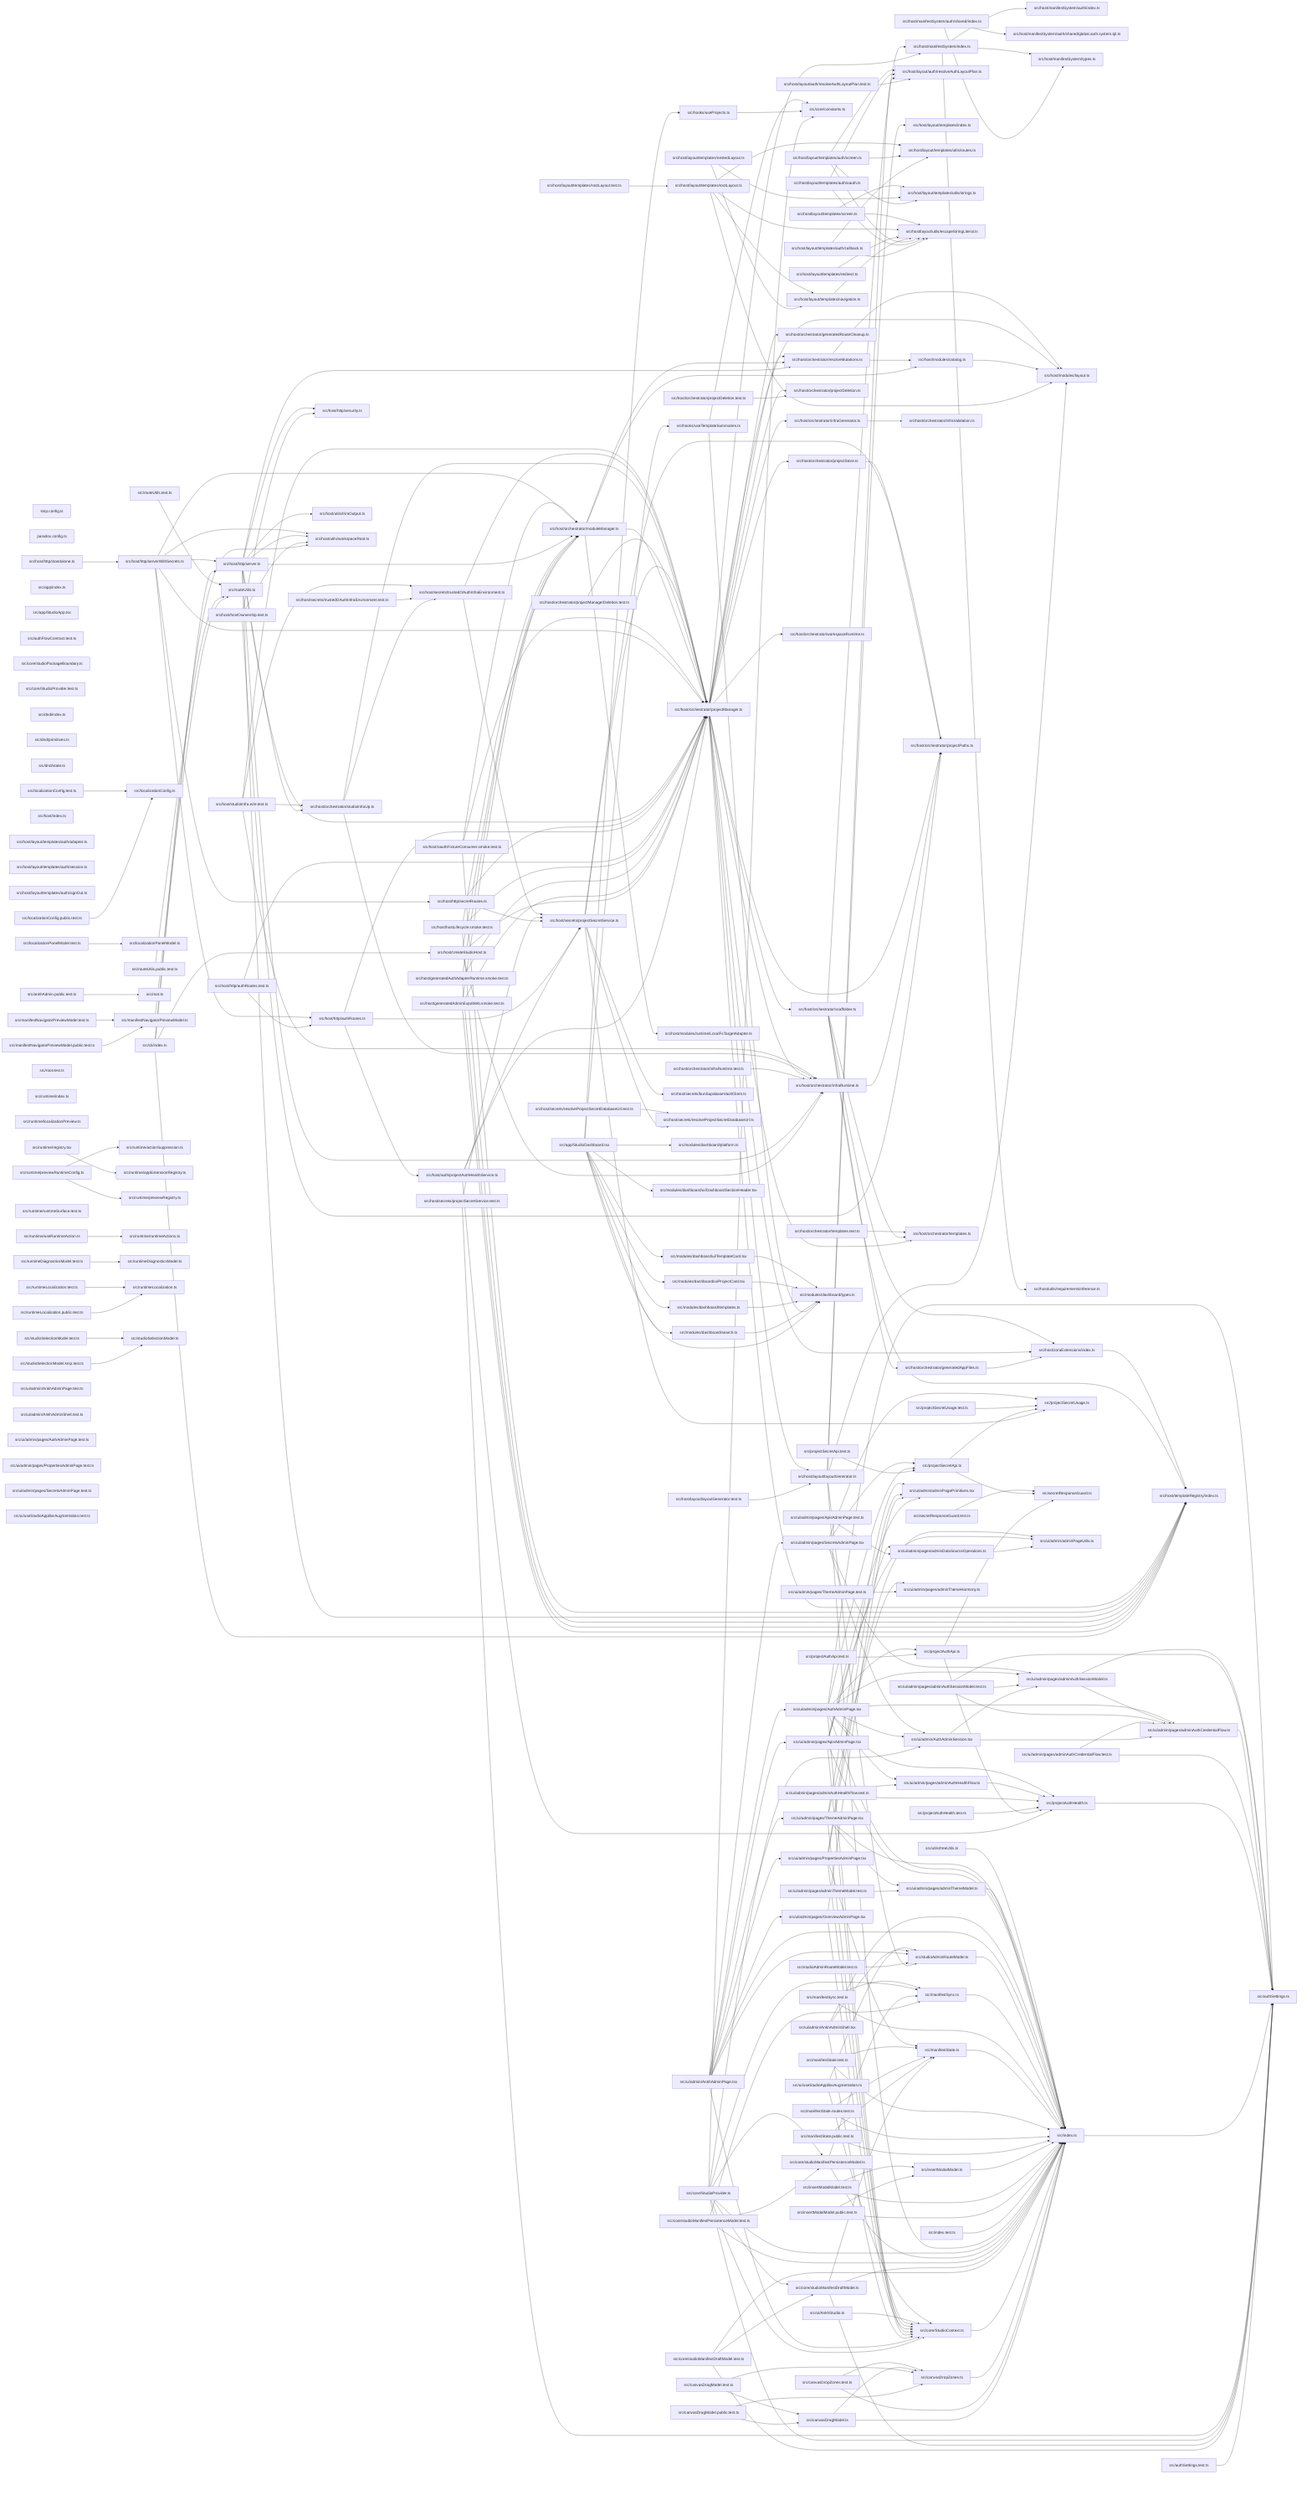
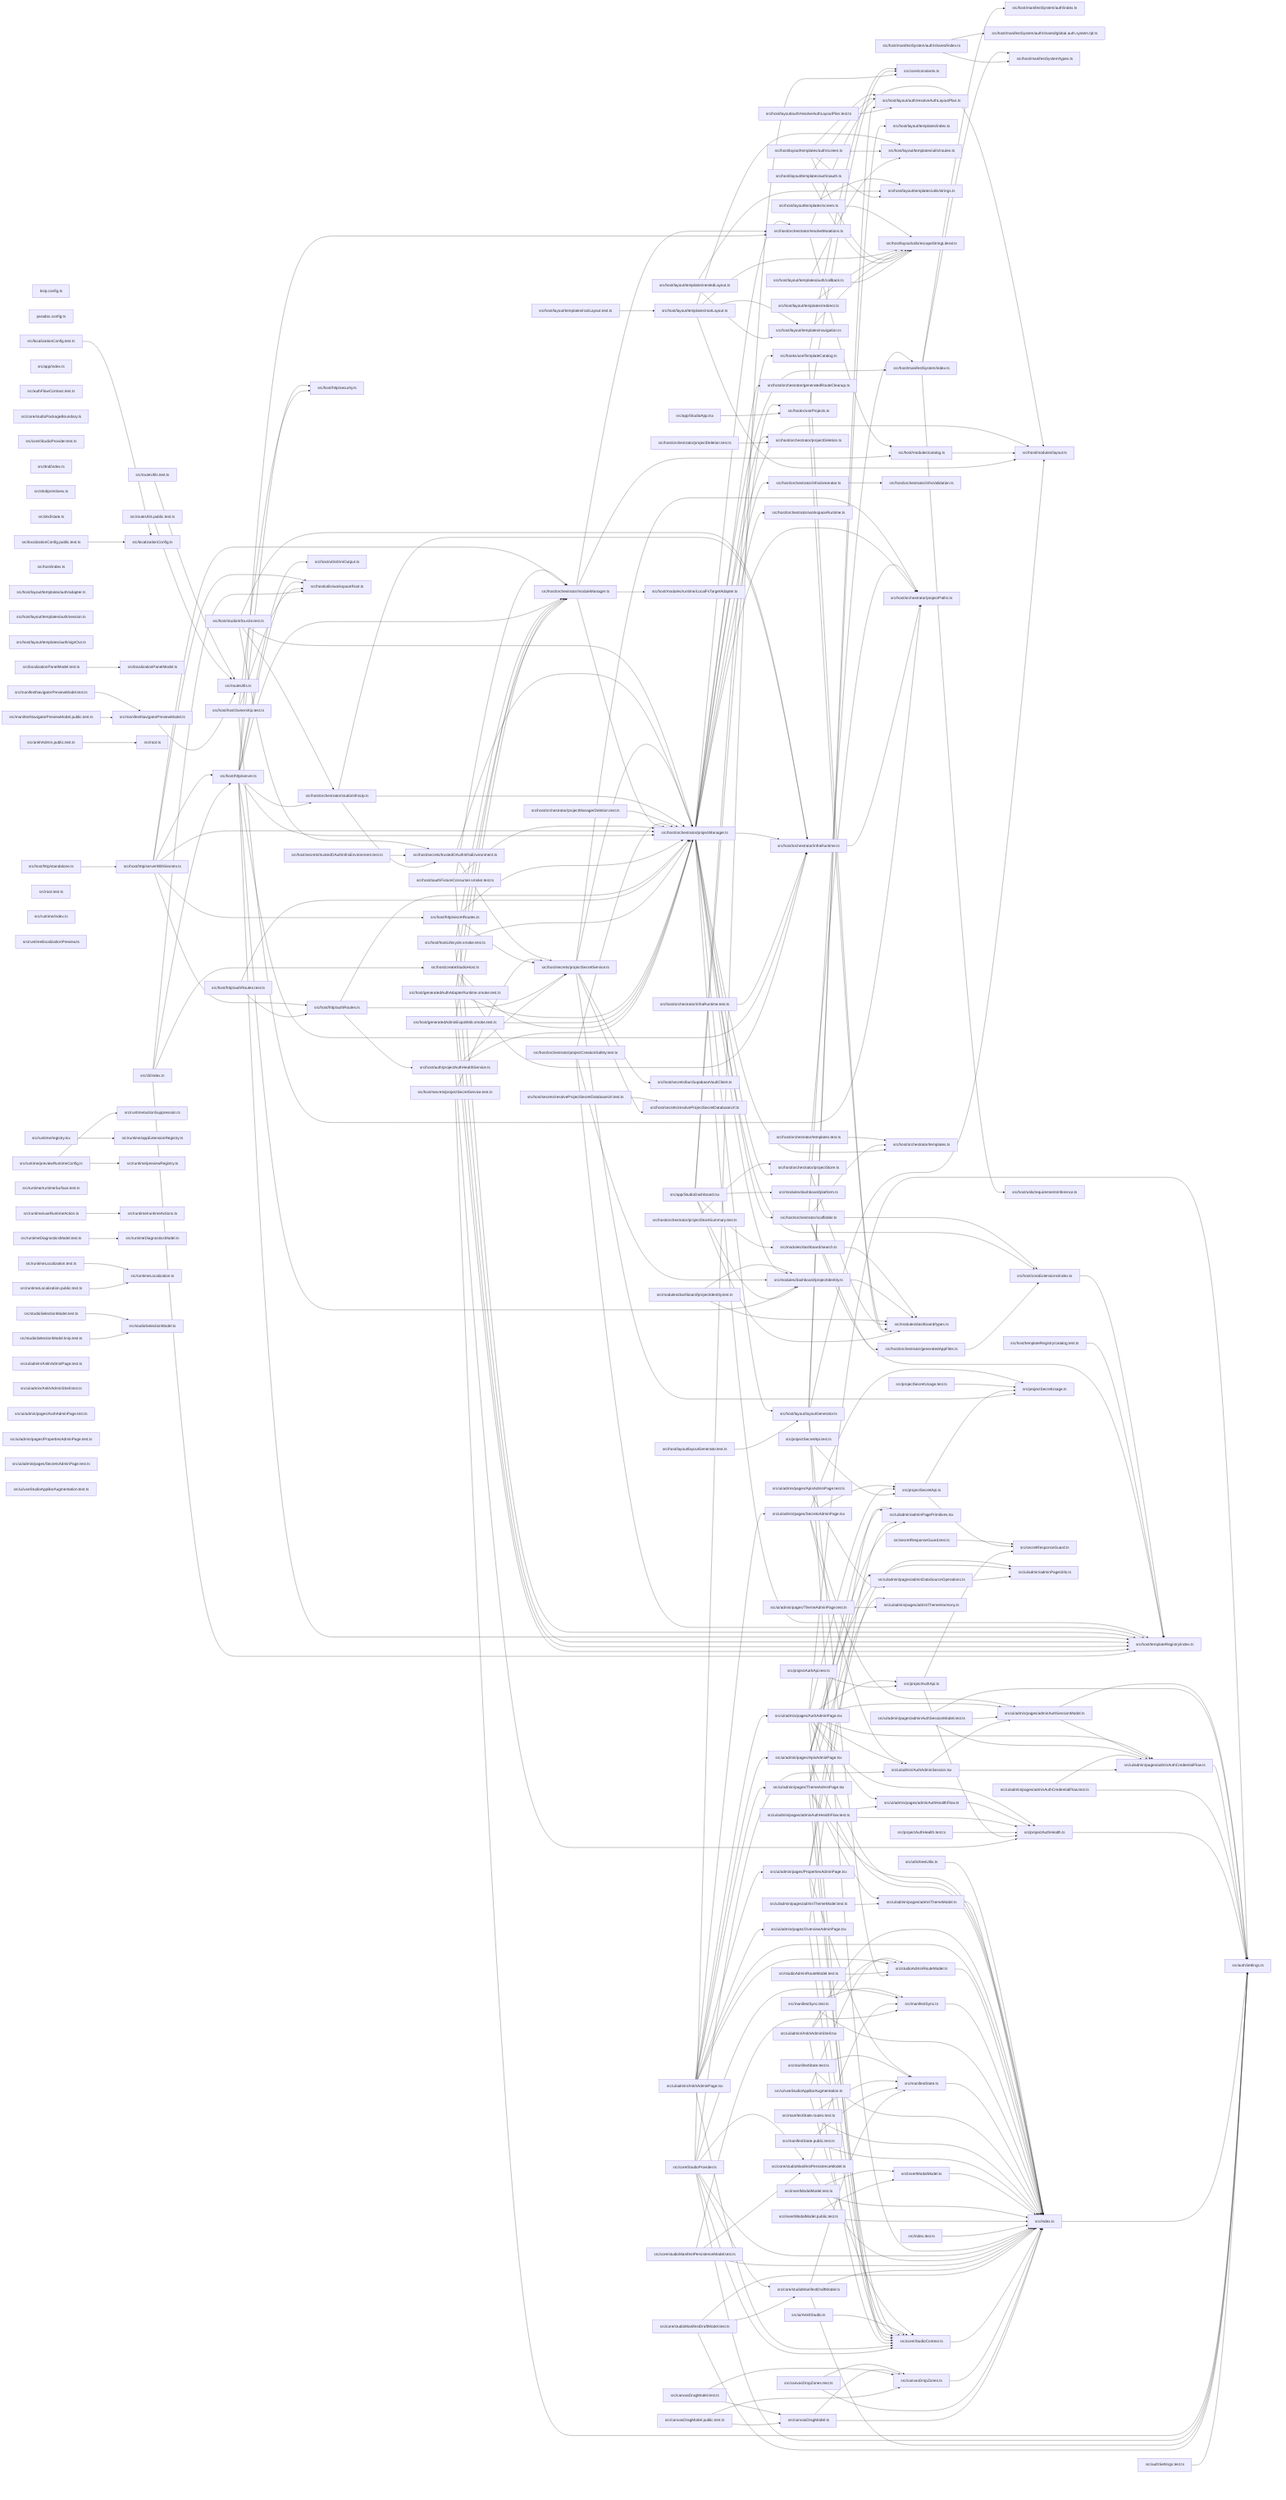
graph LR
  module_knip_config_ts["knip.config.ts"]
  module_paradox_config_ts["paradox.config.ts"]
  module_src_ankhAdmin_public_test_ts["src/ankhAdmin.public.test.ts"]
  module_src_app_index_ts["src/app/index.ts"]
  module_src_app_StudioApp_tsx["src/app/StudioApp.tsx"]
  module_src_app_StudioDashboard_tsx["src/app/StudioDashboard.tsx"]
  module_src_authFlowContract_test_ts["src/authFlowContract.test.ts"]
  module_src_authSettings_test_ts["src/authSettings.test.ts"]
  module_src_authSettings_ts["src/authSettings.ts"]
  module_src_canvasDragModel_public_test_ts["src/canvasDragModel.public.test.ts"]
  module_src_canvasDragModel_test_ts["src/canvasDragModel.test.ts"]
  module_src_canvasDragModel_ts["src/canvasDragModel.ts"]
  module_src_canvasDropZones_test_ts["src/canvasDropZones.test.ts"]
  module_src_canvasDropZones_ts["src/canvasDropZones.ts"]
  module_src_cli_index_ts["src/cli/index.ts"]
  module_src_core_constants_ts["src/core/constants.ts"]
  module_src_core_StudioContext_ts["src/core/StudioContext.ts"]
  module_src_core_studioManifestDraftModel_test_ts["src/core/studioManifestDraftModel.test.ts"]
  module_src_core_studioManifestDraftModel_ts["src/core/studioManifestDraftModel.ts"]
  module_src_core_studioManifestPersistenceModel_test_ts["src/core/studioManifestPersistenceModel.test.ts"]
  module_src_core_studioManifestPersistenceModel_ts["src/core/studioManifestPersistenceModel.ts"]
  module_src_core_studioPackageBoundary_ts["src/core/studioPackageBoundary.ts"]
  module_src_core_StudioProvider_test_ts["src/core/StudioProvider.test.ts"]
  module_src_core_StudioProvider_ts["src/core/StudioProvider.ts"]
  module_src_dnd_index_ts["src/dnd/index.ts"]
  module_src_dnd_primitives_ts["src/dnd/primitives.ts"]
  module_src_dnd_state_ts["src/dnd/state.ts"]
  module_src_hooks_useProjects_ts["src/hooks/useProjects.ts"]
-   module_src_hooks_useTemplateSummaries_ts["src/hooks/useTemplateSummaries.ts"]
+   module_src_hooks_useTemplateCatalog_ts["src/hooks/useTemplateCatalog.ts"]
  module_src_host_auth_projectAuthHealthService_ts["src/host/auth/projectAuthHealthService.ts"]
  module_src_host_createStudioHost_ts["src/host/createStudioHost.ts"]
  module_src_host_generatedAdminExpoWeb_smoke_test_ts["src/host/generatedAdminExpoWeb.smoke.test.ts"]
  module_src_host_generatedAuthAdapterRuntime_smoke_test_ts["src/host/generatedAuthAdapterRuntime.smoke.test.ts"]
  module_src_host_hostLifecycle_smoke_test_ts["src/host/hostLifecycle.smoke.test.ts"]
  module_src_host_hostOwnership_test_ts["src/host/hostOwnership.test.ts"]
  module_src_host_http_authRoutes_test_ts["src/host/http/authRoutes.test.ts"]
  module_src_host_http_authRoutes_ts["src/host/http/authRoutes.ts"]
  module_src_host_http_secretRoutes_ts["src/host/http/secretRoutes.ts"]
  module_src_host_http_security_ts["src/host/http/security.ts"]
  module_src_host_http_server_ts["src/host/http/server.ts"]
  module_src_host_http_serverWithSecrets_ts["src/host/http/serverWithSecrets.ts"]
  module_src_host_http_standalone_ts["src/host/http/standalone.ts"]
  module_src_host_index_ts["src/host/index.ts"]
  module_src_host_layout_auth_resolveAuthLayoutPlan_test_ts["src/host/layout/auth/resolveAuthLayoutPlan.test.ts"]
  module_src_host_layout_auth_resolveAuthLayoutPlan_ts["src/host/layout/auth/resolveAuthLayoutPlan.ts"]
  module_src_host_layout_layoutGenerator_test_ts["src/host/layout/layoutGenerator.test.ts"]
  module_src_host_layout_layoutGenerator_ts["src/host/layout/layoutGenerator.ts"]
  module_src_host_layout_templates_auth_adapter_ts["src/host/layout/templates/auth/adapter.ts"]
  module_src_host_layout_templates_auth_callback_ts["src/host/layout/templates/auth/callback.ts"]
  module_src_host_layout_templates_auth_oauth_ts["src/host/layout/templates/auth/oauth.ts"]
  module_src_host_layout_templates_auth_screen_ts["src/host/layout/templates/auth/screen.ts"]
  module_src_host_layout_templates_auth_session_ts["src/host/layout/templates/auth/session.ts"]
  module_src_host_layout_templates_auth_signOut_ts["src/host/layout/templates/auth/signOut.ts"]
  module_src_host_layout_templates_index_ts["src/host/layout/templates/index.ts"]
  module_src_host_layout_templates_navigation_ts["src/host/layout/templates/navigation.ts"]
  module_src_host_layout_templates_nestedLayout_ts["src/host/layout/templates/nestedLayout.ts"]
  module_src_host_layout_templates_redirect_ts["src/host/layout/templates/redirect.ts"]
  module_src_host_layout_templates_rootLayout_test_ts["src/host/layout/templates/rootLayout.test.ts"]
  module_src_host_layout_templates_rootLayout_ts["src/host/layout/templates/rootLayout.ts"]
  module_src_host_layout_templates_screen_ts["src/host/layout/templates/screen.ts"]
  module_src_host_layout_templates_utils_routes_ts["src/host/layout/templates/utils/routes.ts"]
  module_src_host_layout_templates_utils_strings_ts["src/host/layout/templates/utils/strings.ts"]
  module_src_host_layout_utils_escapeStringLiteral_ts["src/host/layout/utils/escapeStringLiteral.ts"]
  module_src_host_manifestSystem_auth_index_ts["src/host/manifestSystem/auth/index.ts"]
  module_src_host_manifestSystem_auth_shared_global_auth_system_tpl_ts["src/host/manifestSystem/auth/shared/global.auth.system.tpl.ts"]
  module_src_host_manifestSystem_auth_shared_index_ts["src/host/manifestSystem/auth/shared/index.ts"]
  module_src_host_manifestSystem_index_ts["src/host/manifestSystem/index.ts"]
  module_src_host_manifestSystem_types_ts["src/host/manifestSystem/types.ts"]
  module_src_host_modules_catalog_ts["src/host/modules/catalog.ts"]
  module_src_host_modules_layout_ts["src/host/modules/layout.ts"]
  module_src_host_modules_runtime_LocalFsTargetAdapter_ts["src/host/modules/runtime/LocalFsTargetAdapter.ts"]
  module_src_host_oauthFixtureConsumer_smoke_test_ts["src/host/oauthFixtureConsumer.smoke.test.ts"]
  module_src_host_orchestrator_generatedAppFiles_ts["src/host/orchestrator/generatedAppFiles.ts"]
  module_src_host_orchestrator_generatedRouteCleanup_ts["src/host/orchestrator/generatedRouteCleanup.ts"]
  module_src_host_orchestrator_infraGenerator_ts["src/host/orchestrator/infraGenerator.ts"]
  module_src_host_orchestrator_infraRuntime_test_ts["src/host/orchestrator/infraRuntime.test.ts"]
  module_src_host_orchestrator_infraRuntime_ts["src/host/orchestrator/infraRuntime.ts"]
  module_src_host_orchestrator_infraValidation_ts["src/host/orchestrator/infraValidation.ts"]
  module_src_host_orchestrator_moduleManager_ts["src/host/orchestrator/moduleManager.ts"]
+   module_src_host_orchestrator_projectCreationSafety_test_ts["src/host/orchestrator/projectCreationSafety.test.ts"]
  module_src_host_orchestrator_projectDeletion_test_ts["src/host/orchestrator/projectDeletion.test.ts"]
  module_src_host_orchestrator_projectDeletion_ts["src/host/orchestrator/projectDeletion.ts"]
  module_src_host_orchestrator_projectManager_ts["src/host/orchestrator/projectManager.ts"]
  module_src_host_orchestrator_projectManagerDeletion_test_ts["src/host/orchestrator/projectManagerDeletion.test.ts"]
  module_src_host_orchestrator_projectPaths_ts["src/host/orchestrator/projectPaths.ts"]
  module_src_host_orchestrator_projectStore_ts["src/host/orchestrator/projectStore.ts"]
+   module_src_host_orchestrator_projectStoreSummary_test_ts["src/host/orchestrator/projectStoreSummary.test.ts"]
  module_src_host_orchestrator_resolveMutations_ts["src/host/orchestrator/resolveMutations.ts"]
  module_src_host_orchestrator_scaffolder_ts["src/host/orchestrator/scaffolder.ts"]
  module_src_host_orchestrator_studioInfraUp_ts["src/host/orchestrator/studioInfraUp.ts"]
  module_src_host_orchestrator_templates_test_ts["src/host/orchestrator/templates.test.ts"]
  module_src_host_orchestrator_templates_ts["src/host/orchestrator/templates.ts"]
  module_src_host_orchestrator_workspaceRuntime_ts["src/host/orchestrator/workspaceRuntime.ts"]
  module_src_host_secrets_bunSupabaseVaultClient_ts["src/host/secrets/bunSupabaseVaultClient.ts"]
  module_src_host_secrets_projectSecretService_test_ts["src/host/secrets/projectSecretService.test.ts"]
  module_src_host_secrets_projectSecretService_ts["src/host/secrets/projectSecretService.ts"]
  module_src_host_secrets_resolveProjectSecretDatabaseUrl_test_ts["src/host/secrets/resolveProjectSecretDatabaseUrl.test.ts"]
  module_src_host_secrets_resolveProjectSecretDatabaseUrl_ts["src/host/secrets/resolveProjectSecretDatabaseUrl.ts"]
  module_src_host_secrets_trustedOAuthInfraEnvironment_test_ts["src/host/secrets/trustedOAuthInfraEnvironment.test.ts"]
  module_src_host_secrets_trustedOAuthInfraEnvironment_ts["src/host/secrets/trustedOAuthInfraEnvironment.ts"]
  module_src_host_studioInfra_e2e_test_ts["src/host/studioInfra.e2e.test.ts"]
+   module_src_host_templateRegistry_catalog_test_ts["src/host/templateRegistry/catalog.test.ts"]
  module_src_host_templateRegistry_index_ts["src/host/templateRegistry/index.ts"]
  module_src_host_utils_requirementsInference_ts["src/host/utils/requirementsInference.ts"]
  module_src_host_utils_trimOutput_ts["src/host/utils/trimOutput.ts"]
  module_src_host_utils_workspaceRoot_ts["src/host/utils/workspaceRoot.ts"]
  module_src_host_zoraExtensions_index_ts["src/host/zoraExtensions/index.ts"]
  module_src_index_test_ts["src/index.test.ts"]
  module_src_index_ts["src/index.ts"]
  module_src_insertModalModel_public_test_ts["src/insertModalModel.public.test.ts"]
  module_src_insertModalModel_test_ts["src/insertModalModel.test.ts"]
  module_src_insertModalModel_ts["src/insertModalModel.ts"]
  module_src_localizationConfig_public_test_ts["src/localizationConfig.public.test.ts"]
  module_src_localizationConfig_test_ts["src/localizationConfig.test.ts"]
  module_src_localizationConfig_ts["src/localizationConfig.ts"]
  module_src_localizationPanelModel_test_ts["src/localizationPanelModel.test.ts"]
  module_src_localizationPanelModel_ts["src/localizationPanelModel.ts"]
  module_src_manifestNavigatorPreviewModel_public_test_ts["src/manifestNavigatorPreviewModel.public.test.ts"]
  module_src_manifestNavigatorPreviewModel_test_ts["src/manifestNavigatorPreviewModel.test.ts"]
  module_src_manifestNavigatorPreviewModel_ts["src/manifestNavigatorPreviewModel.ts"]
  module_src_manifestState_public_test_ts["src/manifestState.public.test.ts"]
  module_src_manifestState_routes_test_ts["src/manifestState.routes.test.ts"]
  module_src_manifestState_test_ts["src/manifestState.test.ts"]
  module_src_manifestState_ts["src/manifestState.ts"]
  module_src_manifestSync_test_ts["src/manifestSync.test.ts"]
  module_src_manifestSync_ts["src/manifestSync.ts"]
  module_src_modules_dashboard_platform_ts["src/modules/dashboard/platform.ts"]
+   module_src_modules_dashboard_projectIdentity_test_ts["src/modules/dashboard/projectIdentity.test.ts"]
+   module_src_modules_dashboard_projectIdentity_ts["src/modules/dashboard/projectIdentity.ts"]
  module_src_modules_dashboard_search_ts["src/modules/dashboard/search.ts"]
-   module_src_modules_dashboard_templates_ts["src/modules/dashboard/templates.ts"]
  module_src_modules_dashboard_types_ts["src/modules/dashboard/types.ts"]
-   module_src_modules_dashboard_ui_DashboardSectionHeader_tsx["src/modules/dashboard/ui/DashboardSectionHeader.tsx"]
-   module_src_modules_dashboard_ui_ProjectCard_tsx["src/modules/dashboard/ui/ProjectCard.tsx"]
-   module_src_modules_dashboard_ui_TemplateCard_tsx["src/modules/dashboard/ui/TemplateCard.tsx"]
  module_src_projectAuthApi_test_ts["src/projectAuthApi.test.ts"]
  module_src_projectAuthApi_ts["src/projectAuthApi.ts"]
  module_src_projectAuthHealth_test_ts["src/projectAuthHealth.test.ts"]
  module_src_projectAuthHealth_ts["src/projectAuthHealth.ts"]
  module_src_projectSecretApi_test_ts["src/projectSecretApi.test.ts"]
  module_src_projectSecretApi_ts["src/projectSecretApi.ts"]
  module_src_projectSecretUsage_test_ts["src/projectSecretUsage.test.ts"]
  module_src_projectSecretUsage_ts["src/projectSecretUsage.ts"]
  module_src_root_test_ts["src/root.test.ts"]
  module_src_root_ts["src/root.ts"]
  module_src_routeUtils_public_test_ts["src/routeUtils.public.test.ts"]
  module_src_routeUtils_test_ts["src/routeUtils.test.ts"]
  module_src_routeUtils_ts["src/routeUtils.ts"]
  module_src_runtime_actionSuppression_ts["src/runtime/actionSuppression.ts"]
  module_src_runtime_appExtensionRegistry_ts["src/runtime/appExtensionRegistry.ts"]
  module_src_runtime_index_ts["src/runtime/index.ts"]
  module_src_runtime_localizationPreview_ts["src/runtime/localizationPreview.ts"]
  module_src_runtime_previewRegistry_ts["src/runtime/previewRegistry.ts"]
  module_src_runtime_previewRuntimeConfig_ts["src/runtime/previewRuntimeConfig.ts"]
  module_src_runtime_registry_tsx["src/runtime/registry.tsx"]
  module_src_runtime_runtimeActions_ts["src/runtime/runtimeActions.ts"]
  module_src_runtime_runtimeSurface_test_ts["src/runtime/runtimeSurface.test.ts"]
  module_src_runtime_useRuntimeAction_ts["src/runtime/useRuntimeAction.ts"]
  module_src_runtimeDiagnosticsModel_test_ts["src/runtimeDiagnosticsModel.test.ts"]
  module_src_runtimeDiagnosticsModel_ts["src/runtimeDiagnosticsModel.ts"]
  module_src_runtimeLocalization_public_test_ts["src/runtimeLocalization.public.test.ts"]
  module_src_runtimeLocalization_test_ts["src/runtimeLocalization.test.ts"]
  module_src_runtimeLocalization_ts["src/runtimeLocalization.ts"]
  module_src_secretResponseGuard_test_ts["src/secretResponseGuard.test.ts"]
  module_src_secretResponseGuard_ts["src/secretResponseGuard.ts"]
  module_src_studioAdminRouteModel_test_ts["src/studioAdminRouteModel.test.ts"]
  module_src_studioAdminRouteModel_ts["src/studioAdminRouteModel.ts"]
  module_src_studioSelectionModel_knip_test_ts["src/studioSelectionModel.knip.test.ts"]
  module_src_studioSelectionModel_test_ts["src/studioSelectionModel.test.ts"]
  module_src_studioSelectionModel_ts["src/studioSelectionModel.ts"]
  module_src_ui_admin_adminPagePrimitives_tsx["src/ui/admin/adminPagePrimitives.tsx"]
  module_src_ui_admin_adminPageUtils_ts["src/ui/admin/adminPageUtils.ts"]
  module_src_ui_admin_AnkhAdminPage_test_ts["src/ui/admin/AnkhAdminPage.test.ts"]
  module_src_ui_admin_AnkhAdminPage_tsx["src/ui/admin/AnkhAdminPage.tsx"]
  module_src_ui_admin_AnkhAdminShell_test_ts["src/ui/admin/AnkhAdminShell.test.ts"]
  module_src_ui_admin_AnkhAdminShell_tsx["src/ui/admin/AnkhAdminShell.tsx"]
  module_src_ui_admin_AuthAdminSession_tsx["src/ui/admin/AuthAdminSession.tsx"]
  module_src_ui_admin_pages_adminAuthCredentialFlow_test_ts["src/ui/admin/pages/adminAuthCredentialFlow.test.ts"]
  module_src_ui_admin_pages_adminAuthCredentialFlow_ts["src/ui/admin/pages/adminAuthCredentialFlow.ts"]
  module_src_ui_admin_pages_adminAuthHealthFlow_test_ts["src/ui/admin/pages/adminAuthHealthFlow.test.ts"]
  module_src_ui_admin_pages_adminAuthHealthFlow_ts["src/ui/admin/pages/adminAuthHealthFlow.ts"]
  module_src_ui_admin_pages_adminAuthSessionModel_test_ts["src/ui/admin/pages/adminAuthSessionModel.test.ts"]
  module_src_ui_admin_pages_adminAuthSessionModel_ts["src/ui/admin/pages/adminAuthSessionModel.ts"]
  module_src_ui_admin_pages_adminDataSourceOperations_ts["src/ui/admin/pages/adminDataSourceOperations.ts"]
  module_src_ui_admin_pages_adminThemeHarmony_ts["src/ui/admin/pages/adminThemeHarmony.ts"]
  module_src_ui_admin_pages_adminThemeModel_test_ts["src/ui/admin/pages/adminThemeModel.test.ts"]
  module_src_ui_admin_pages_adminThemeModel_ts["src/ui/admin/pages/adminThemeModel.ts"]
  module_src_ui_admin_pages_ApisAdminPage_test_ts["src/ui/admin/pages/ApisAdminPage.test.ts"]
  module_src_ui_admin_pages_ApisAdminPage_tsx["src/ui/admin/pages/ApisAdminPage.tsx"]
  module_src_ui_admin_pages_AuthAdminPage_test_ts["src/ui/admin/pages/AuthAdminPage.test.ts"]
  module_src_ui_admin_pages_AuthAdminPage_tsx["src/ui/admin/pages/AuthAdminPage.tsx"]
  module_src_ui_admin_pages_OverviewAdminPage_tsx["src/ui/admin/pages/OverviewAdminPage.tsx"]
  module_src_ui_admin_pages_PropertiesAdminPage_test_ts["src/ui/admin/pages/PropertiesAdminPage.test.ts"]
  module_src_ui_admin_pages_PropertiesAdminPage_tsx["src/ui/admin/pages/PropertiesAdminPage.tsx"]
  module_src_ui_admin_pages_SecretsAdminPage_test_ts["src/ui/admin/pages/SecretsAdminPage.test.ts"]
  module_src_ui_admin_pages_SecretsAdminPage_tsx["src/ui/admin/pages/SecretsAdminPage.tsx"]
  module_src_ui_admin_pages_ThemeAdminPage_test_ts["src/ui/admin/pages/ThemeAdminPage.test.ts"]
  module_src_ui_admin_pages_ThemeAdminPage_tsx["src/ui/admin/pages/ThemeAdminPage.tsx"]
  module_src_ui_AnkhStudio_ts["src/ui/AnkhStudio.ts"]
  module_src_ui_useStudioAppBarAugmentation_test_ts["src/ui/useStudioAppBarAugmentation.test.ts"]
  module_src_ui_useStudioAppBarAugmentation_ts["src/ui/useStudioAppBarAugmentation.ts"]
  module_src_utils_treeUtils_ts["src/utils/treeUtils.ts"]
  module_src_ankhAdmin_public_test_ts --> module_src_root_ts
+   module_src_app_StudioApp_tsx --> module_src_hooks_useProjects_ts
  module_src_app_StudioDashboard_tsx --> module_src_hooks_useProjects_ts
-   module_src_app_StudioDashboard_tsx --> module_src_hooks_useTemplateSummaries_ts
+   module_src_app_StudioDashboard_tsx --> module_src_hooks_useTemplateCatalog_ts
  module_src_app_StudioDashboard_tsx --> module_src_modules_dashboard_platform_ts
+   module_src_app_StudioDashboard_tsx --> module_src_modules_dashboard_projectIdentity_ts
  module_src_app_StudioDashboard_tsx --> module_src_modules_dashboard_search_ts
-   module_src_app_StudioDashboard_tsx --> module_src_modules_dashboard_templates_ts
  module_src_app_StudioDashboard_tsx --> module_src_modules_dashboard_types_ts
-   module_src_app_StudioDashboard_tsx --> module_src_modules_dashboard_ui_DashboardSectionHeader_tsx
-   module_src_app_StudioDashboard_tsx --> module_src_modules_dashboard_ui_ProjectCard_tsx
-   module_src_app_StudioDashboard_tsx --> module_src_modules_dashboard_ui_TemplateCard_tsx
  module_src_authSettings_test_ts --> module_src_authSettings_ts
  module_src_canvasDragModel_public_test_ts --> module_src_canvasDragModel_ts
  module_src_canvasDragModel_public_test_ts --> module_src_canvasDropZones_ts
  module_src_canvasDragModel_test_ts --> module_src_canvasDragModel_ts
  module_src_canvasDragModel_test_ts --> module_src_canvasDropZones_ts
  module_src_canvasDragModel_ts --> module_src_canvasDropZones_ts
  module_src_canvasDragModel_ts --> module_src_index_ts
  module_src_canvasDropZones_test_ts --> module_src_canvasDropZones_ts
  module_src_canvasDropZones_test_ts --> module_src_index_ts
  module_src_canvasDropZones_ts --> module_src_index_ts
  module_src_cli_index_ts --> module_src_host_createStudioHost_ts
  module_src_cli_index_ts --> module_src_host_http_server_ts
  module_src_cli_index_ts --> module_src_host_templateRegistry_index_ts
  module_src_cli_index_ts --> module_src_host_utils_workspaceRoot_ts
  module_src_core_StudioContext_ts --> module_src_index_ts
  module_src_core_studioManifestDraftModel_test_ts --> module_src_authSettings_ts
  module_src_core_studioManifestDraftModel_test_ts --> module_src_core_studioManifestDraftModel_ts
  module_src_core_studioManifestDraftModel_test_ts --> module_src_index_ts
  module_src_core_studioManifestDraftModel_ts --> module_src_authSettings_ts
  module_src_core_studioManifestDraftModel_ts --> module_src_index_ts
  module_src_core_studioManifestDraftModel_ts --> module_src_manifestState_ts
  module_src_core_studioManifestPersistenceModel_test_ts --> module_src_core_studioManifestPersistenceModel_ts
  module_src_core_studioManifestPersistenceModel_test_ts --> module_src_index_ts
  module_src_core_studioManifestPersistenceModel_test_ts --> module_src_manifestSync_ts
  module_src_core_studioManifestPersistenceModel_ts --> module_src_index_ts
  module_src_core_studioManifestPersistenceModel_ts --> module_src_manifestSync_ts
  module_src_core_StudioProvider_ts --> module_src_authSettings_ts
  module_src_core_StudioProvider_ts --> module_src_core_constants_ts
  module_src_core_StudioProvider_ts --> module_src_core_StudioContext_ts
  module_src_core_StudioProvider_ts --> module_src_core_studioManifestDraftModel_ts
  module_src_core_StudioProvider_ts --> module_src_core_studioManifestPersistenceModel_ts
  module_src_core_StudioProvider_ts --> module_src_index_ts
  module_src_core_StudioProvider_ts --> module_src_manifestSync_ts
  module_src_core_StudioProvider_ts --> module_src_ui_admin_AuthAdminSession_tsx
  module_src_hooks_useProjects_ts --> module_src_core_constants_ts
-   module_src_hooks_useTemplateSummaries_ts --> module_src_core_constants_ts
-   module_src_hooks_useTemplateSummaries_ts --> module_src_modules_dashboard_types_ts
+   module_src_hooks_useProjects_ts --> module_src_modules_dashboard_types_ts
+   module_src_hooks_useTemplateCatalog_ts --> module_src_core_constants_ts
+   module_src_hooks_useTemplateCatalog_ts --> module_src_modules_dashboard_types_ts
  module_src_host_auth_projectAuthHealthService_ts --> module_src_host_orchestrator_projectManager_ts
  module_src_host_auth_projectAuthHealthService_ts --> module_src_host_secrets_projectSecretService_ts
  module_src_host_auth_projectAuthHealthService_ts --> module_src_projectAuthHealth_ts
  module_src_host_createStudioHost_ts --> module_src_host_orchestrator_infraRuntime_ts
  module_src_host_createStudioHost_ts --> module_src_host_orchestrator_moduleManager_ts
  module_src_host_createStudioHost_ts --> module_src_host_orchestrator_projectManager_ts
  module_src_host_generatedAdminExpoWeb_smoke_test_ts --> module_src_host_orchestrator_moduleManager_ts
  module_src_host_generatedAdminExpoWeb_smoke_test_ts --> module_src_host_orchestrator_projectManager_ts
  module_src_host_generatedAdminExpoWeb_smoke_test_ts --> module_src_host_templateRegistry_index_ts
  module_src_host_generatedAuthAdapterRuntime_smoke_test_ts --> module_src_host_orchestrator_moduleManager_ts
  module_src_host_generatedAuthAdapterRuntime_smoke_test_ts --> module_src_host_orchestrator_projectManager_ts
  module_src_host_generatedAuthAdapterRuntime_smoke_test_ts --> module_src_host_templateRegistry_index_ts
  module_src_host_hostLifecycle_smoke_test_ts --> module_src_host_orchestrator_moduleManager_ts
  module_src_host_hostLifecycle_smoke_test_ts --> module_src_host_orchestrator_projectManager_ts
  module_src_host_hostLifecycle_smoke_test_ts --> module_src_host_templateRegistry_index_ts
  module_src_host_hostOwnership_test_ts --> module_src_host_http_security_ts
  module_src_host_hostOwnership_test_ts --> module_src_host_orchestrator_projectPaths_ts
  module_src_host_hostOwnership_test_ts --> module_src_host_utils_workspaceRoot_ts
  module_src_host_http_authRoutes_test_ts --> module_src_host_http_authRoutes_ts
  module_src_host_http_authRoutes_test_ts --> module_src_host_orchestrator_projectManager_ts
  module_src_host_http_authRoutes_ts --> module_src_host_auth_projectAuthHealthService_ts
  module_src_host_http_authRoutes_ts --> module_src_host_orchestrator_projectManager_ts
  module_src_host_http_authRoutes_ts --> module_src_host_secrets_projectSecretService_ts
  module_src_host_http_secretRoutes_ts --> module_src_host_orchestrator_projectManager_ts
  module_src_host_http_secretRoutes_ts --> module_src_host_secrets_projectSecretService_ts
  module_src_host_http_server_ts --> module_src_host_http_security_ts
  module_src_host_http_server_ts --> module_src_host_orchestrator_infraRuntime_ts
  module_src_host_http_server_ts --> module_src_host_orchestrator_moduleManager_ts
  module_src_host_http_server_ts --> module_src_host_orchestrator_projectManager_ts
  module_src_host_http_server_ts --> module_src_host_orchestrator_resolveMutations_ts
  module_src_host_http_server_ts --> module_src_host_orchestrator_studioInfraUp_ts
  module_src_host_http_server_ts --> module_src_host_templateRegistry_index_ts
  module_src_host_http_server_ts --> module_src_host_utils_trimOutput_ts
  module_src_host_http_server_ts --> module_src_host_utils_workspaceRoot_ts
+   module_src_host_http_server_ts --> module_src_modules_dashboard_projectIdentity_ts
  module_src_host_http_serverWithSecrets_ts --> module_src_host_http_authRoutes_ts
  module_src_host_http_serverWithSecrets_ts --> module_src_host_http_secretRoutes_ts
  module_src_host_http_serverWithSecrets_ts --> module_src_host_http_server_ts
  module_src_host_http_serverWithSecrets_ts --> module_src_host_orchestrator_moduleManager_ts
  module_src_host_http_serverWithSecrets_ts --> module_src_host_orchestrator_projectManager_ts
  module_src_host_http_serverWithSecrets_ts --> module_src_host_utils_workspaceRoot_ts
  module_src_host_http_standalone_ts --> module_src_host_http_serverWithSecrets_ts
  module_src_host_layout_auth_resolveAuthLayoutPlan_test_ts --> module_src_host_layout_auth_resolveAuthLayoutPlan_ts
  module_src_host_layout_layoutGenerator_test_ts --> module_src_host_layout_layoutGenerator_ts
  module_src_host_layout_layoutGenerator_ts --> module_src_host_layout_auth_resolveAuthLayoutPlan_ts
  module_src_host_layout_layoutGenerator_ts --> module_src_host_layout_templates_index_ts
  module_src_host_layout_layoutGenerator_ts --> module_src_host_modules_layout_ts
  module_src_host_layout_layoutGenerator_ts --> module_src_index_ts
  module_src_host_layout_layoutGenerator_ts --> module_src_studioAdminRouteModel_ts
  module_src_host_layout_templates_auth_callback_ts --> module_src_host_layout_templates_utils_routes_ts
  module_src_host_layout_templates_auth_callback_ts --> module_src_host_layout_utils_escapeStringLiteral_ts
  module_src_host_layout_templates_auth_oauth_ts --> module_src_host_layout_auth_resolveAuthLayoutPlan_ts
  module_src_host_layout_templates_auth_oauth_ts --> module_src_host_layout_utils_escapeStringLiteral_ts
  module_src_host_layout_templates_auth_screen_ts --> module_src_host_layout_auth_resolveAuthLayoutPlan_ts
  module_src_host_layout_templates_auth_screen_ts --> module_src_host_layout_templates_utils_routes_ts
  module_src_host_layout_templates_auth_screen_ts --> module_src_host_layout_templates_utils_strings_ts
  module_src_host_layout_templates_auth_screen_ts --> module_src_host_layout_utils_escapeStringLiteral_ts
  module_src_host_layout_templates_navigation_ts --> module_src_host_layout_utils_escapeStringLiteral_ts
  module_src_host_layout_templates_nestedLayout_ts --> module_src_host_layout_templates_navigation_ts
  module_src_host_layout_templates_nestedLayout_ts --> module_src_host_layout_templates_utils_strings_ts
  module_src_host_layout_templates_redirect_ts --> module_src_host_layout_utils_escapeStringLiteral_ts
  module_src_host_layout_templates_rootLayout_test_ts --> module_src_host_layout_templates_rootLayout_ts
  module_src_host_layout_templates_rootLayout_ts --> module_src_host_layout_templates_navigation_ts
  module_src_host_layout_templates_rootLayout_ts --> module_src_host_layout_templates_utils_routes_ts
  module_src_host_layout_templates_rootLayout_ts --> module_src_host_layout_utils_escapeStringLiteral_ts
  module_src_host_layout_templates_rootLayout_ts --> module_src_host_modules_layout_ts
  module_src_host_layout_templates_screen_ts --> module_src_host_layout_templates_utils_strings_ts
  module_src_host_layout_templates_screen_ts --> module_src_host_layout_utils_escapeStringLiteral_ts
  module_src_host_manifestSystem_auth_shared_index_ts --> module_src_host_manifestSystem_auth_shared_global_auth_system_tpl_ts
  module_src_host_manifestSystem_auth_shared_index_ts --> module_src_host_manifestSystem_types_ts
  module_src_host_manifestSystem_index_ts --> module_src_host_manifestSystem_auth_index_ts
  module_src_host_manifestSystem_index_ts --> module_src_host_manifestSystem_types_ts
  module_src_host_manifestSystem_index_ts --> module_src_host_utils_requirementsInference_ts
  module_src_host_modules_catalog_ts --> module_src_host_modules_layout_ts
  module_src_host_oauthFixtureConsumer_smoke_test_ts --> module_src_host_orchestrator_moduleManager_ts
  module_src_host_oauthFixtureConsumer_smoke_test_ts --> module_src_host_orchestrator_projectManager_ts
  module_src_host_oauthFixtureConsumer_smoke_test_ts --> module_src_host_templateRegistry_index_ts
  module_src_host_orchestrator_generatedAppFiles_ts --> module_src_host_zoraExtensions_index_ts
  module_src_host_orchestrator_infraGenerator_ts --> module_src_host_orchestrator_infraValidation_ts
  module_src_host_orchestrator_infraRuntime_test_ts --> module_src_host_orchestrator_infraRuntime_ts
  module_src_host_orchestrator_infraRuntime_ts --> module_src_host_orchestrator_projectPaths_ts
  module_src_host_orchestrator_moduleManager_ts --> module_src_host_modules_catalog_ts
  module_src_host_orchestrator_moduleManager_ts --> module_src_host_modules_runtime_LocalFsTargetAdapter_ts
  module_src_host_orchestrator_moduleManager_ts --> module_src_host_orchestrator_projectManager_ts
  module_src_host_orchestrator_moduleManager_ts --> module_src_host_orchestrator_resolveMutations_ts
+   module_src_host_orchestrator_projectCreationSafety_test_ts --> module_src_host_orchestrator_projectManager_ts
+   module_src_host_orchestrator_projectCreationSafety_test_ts --> module_src_host_templateRegistry_index_ts
+   module_src_host_orchestrator_projectCreationSafety_test_ts --> module_src_modules_dashboard_projectIdentity_ts
  module_src_host_orchestrator_projectDeletion_test_ts --> module_src_host_orchestrator_projectDeletion_ts
  module_src_host_orchestrator_projectManager_ts --> module_src_host_layout_layoutGenerator_ts
  module_src_host_orchestrator_projectManager_ts --> module_src_host_manifestSystem_index_ts
  module_src_host_orchestrator_projectManager_ts --> module_src_host_modules_layout_ts
  module_src_host_orchestrator_projectManager_ts --> module_src_host_orchestrator_generatedRouteCleanup_ts
  module_src_host_orchestrator_projectManager_ts --> module_src_host_orchestrator_infraGenerator_ts
  module_src_host_orchestrator_projectManager_ts --> module_src_host_orchestrator_infraRuntime_ts
  module_src_host_orchestrator_projectManager_ts --> module_src_host_orchestrator_projectDeletion_ts
  module_src_host_orchestrator_projectManager_ts --> module_src_host_orchestrator_projectPaths_ts
  module_src_host_orchestrator_projectManager_ts --> module_src_host_orchestrator_projectStore_ts
  module_src_host_orchestrator_projectManager_ts --> module_src_host_orchestrator_resolveMutations_ts
  module_src_host_orchestrator_projectManager_ts --> module_src_host_orchestrator_scaffolder_ts
  module_src_host_orchestrator_projectManager_ts --> module_src_host_orchestrator_templates_ts
  module_src_host_orchestrator_projectManager_ts --> module_src_host_orchestrator_workspaceRuntime_ts
  module_src_host_orchestrator_projectManager_ts --> module_src_host_templateRegistry_index_ts
  module_src_host_orchestrator_projectManager_ts --> module_src_host_zoraExtensions_index_ts
+   module_src_host_orchestrator_projectManager_ts --> module_src_modules_dashboard_projectIdentity_ts
  module_src_host_orchestrator_projectManagerDeletion_test_ts --> module_src_host_orchestrator_projectManager_ts
  module_src_host_orchestrator_projectStore_ts --> module_src_host_orchestrator_projectPaths_ts
+   module_src_host_orchestrator_projectStore_ts --> module_src_modules_dashboard_types_ts
+   module_src_host_orchestrator_projectStoreSummary_test_ts --> module_src_host_orchestrator_projectStore_ts
  module_src_host_orchestrator_resolveMutations_ts --> module_src_host_modules_catalog_ts
  module_src_host_orchestrator_resolveMutations_ts --> module_src_host_modules_layout_ts
  module_src_host_orchestrator_scaffolder_ts --> module_src_host_manifestSystem_index_ts
  module_src_host_orchestrator_scaffolder_ts --> module_src_host_orchestrator_generatedAppFiles_ts
  module_src_host_orchestrator_scaffolder_ts --> module_src_host_orchestrator_templates_ts
  module_src_host_orchestrator_scaffolder_ts --> module_src_host_templateRegistry_index_ts
  module_src_host_orchestrator_scaffolder_ts --> module_src_host_zoraExtensions_index_ts
  module_src_host_orchestrator_studioInfraUp_ts --> module_src_host_orchestrator_infraRuntime_ts
  module_src_host_orchestrator_studioInfraUp_ts --> module_src_host_orchestrator_projectManager_ts
  module_src_host_orchestrator_studioInfraUp_ts --> module_src_host_secrets_trustedOAuthInfraEnvironment_ts
  module_src_host_orchestrator_templates_test_ts --> module_src_host_orchestrator_templates_ts
  module_src_host_secrets_projectSecretService_test_ts --> module_src_authSettings_ts
  module_src_host_secrets_projectSecretService_test_ts --> module_src_host_secrets_projectSecretService_ts
  module_src_host_secrets_projectSecretService_ts --> module_src_host_orchestrator_projectManager_ts
  module_src_host_secrets_projectSecretService_ts --> module_src_host_orchestrator_projectPaths_ts
  module_src_host_secrets_projectSecretService_ts --> module_src_host_secrets_bunSupabaseVaultClient_ts
  module_src_host_secrets_projectSecretService_ts --> module_src_host_secrets_resolveProjectSecretDatabaseUrl_ts
  module_src_host_secrets_projectSecretService_ts --> module_src_projectSecretUsage_ts
  module_src_host_secrets_resolveProjectSecretDatabaseUrl_test_ts --> module_src_host_secrets_resolveProjectSecretDatabaseUrl_ts
  module_src_host_secrets_trustedOAuthInfraEnvironment_test_ts --> module_src_host_secrets_trustedOAuthInfraEnvironment_ts
  module_src_host_secrets_trustedOAuthInfraEnvironment_ts --> module_src_host_orchestrator_projectManager_ts
  module_src_host_secrets_trustedOAuthInfraEnvironment_ts --> module_src_host_secrets_projectSecretService_ts
  module_src_host_studioInfra_e2e_test_ts --> module_src_host_orchestrator_infraRuntime_ts
  module_src_host_studioInfra_e2e_test_ts --> module_src_host_orchestrator_projectManager_ts
  module_src_host_studioInfra_e2e_test_ts --> module_src_host_orchestrator_studioInfraUp_ts
  module_src_host_studioInfra_e2e_test_ts --> module_src_host_secrets_trustedOAuthInfraEnvironment_ts
+   module_src_host_templateRegistry_catalog_test_ts --> module_src_host_templateRegistry_index_ts
  module_src_host_zoraExtensions_index_ts --> module_src_host_templateRegistry_index_ts
  module_src_index_test_ts --> module_src_index_ts
  module_src_index_ts --> module_src_authSettings_ts
  module_src_insertModalModel_public_test_ts --> module_src_index_ts
  module_src_insertModalModel_public_test_ts --> module_src_insertModalModel_ts
  module_src_insertModalModel_test_ts --> module_src_index_ts
  module_src_insertModalModel_test_ts --> module_src_insertModalModel_ts
  module_src_insertModalModel_ts --> module_src_index_ts
  module_src_localizationConfig_public_test_ts --> module_src_localizationConfig_ts
  module_src_localizationConfig_test_ts --> module_src_localizationConfig_ts
  module_src_localizationPanelModel_test_ts --> module_src_localizationPanelModel_ts
  module_src_manifestNavigatorPreviewModel_public_test_ts --> module_src_manifestNavigatorPreviewModel_ts
  module_src_manifestNavigatorPreviewModel_test_ts --> module_src_manifestNavigatorPreviewModel_ts
  module_src_manifestNavigatorPreviewModel_ts --> module_src_routeUtils_ts
  module_src_manifestState_public_test_ts --> module_src_index_ts
  module_src_manifestState_public_test_ts --> module_src_manifestState_ts
  module_src_manifestState_routes_test_ts --> module_src_index_ts
  module_src_manifestState_routes_test_ts --> module_src_manifestState_ts
  module_src_manifestState_test_ts --> module_src_index_ts
  module_src_manifestState_test_ts --> module_src_manifestState_ts
  module_src_manifestState_ts --> module_src_index_ts
  module_src_manifestSync_test_ts --> module_src_index_ts
  module_src_manifestSync_test_ts --> module_src_manifestSync_ts
  module_src_manifestSync_ts --> module_src_index_ts
+   module_src_modules_dashboard_projectIdentity_test_ts --> module_src_modules_dashboard_projectIdentity_ts
+   module_src_modules_dashboard_projectIdentity_test_ts --> module_src_modules_dashboard_types_ts
+   module_src_modules_dashboard_projectIdentity_ts --> module_src_modules_dashboard_types_ts
  module_src_modules_dashboard_search_ts --> module_src_modules_dashboard_types_ts
-   module_src_modules_dashboard_templates_ts --> module_src_modules_dashboard_types_ts
-   module_src_modules_dashboard_ui_ProjectCard_tsx --> module_src_modules_dashboard_types_ts
-   module_src_modules_dashboard_ui_TemplateCard_tsx --> module_src_modules_dashboard_types_ts
  module_src_projectAuthApi_test_ts --> module_src_projectAuthApi_ts
  module_src_projectAuthApi_ts --> module_src_projectAuthHealth_ts
  module_src_projectAuthApi_ts --> module_src_secretResponseGuard_ts
  module_src_projectAuthHealth_test_ts --> module_src_projectAuthHealth_ts
  module_src_projectAuthHealth_ts --> module_src_authSettings_ts
  module_src_projectSecretApi_test_ts --> module_src_projectSecretApi_ts
  module_src_projectSecretApi_ts --> module_src_projectSecretUsage_ts
  module_src_projectSecretApi_ts --> module_src_secretResponseGuard_ts
  module_src_projectSecretUsage_test_ts --> module_src_projectSecretUsage_ts
  module_src_routeUtils_public_test_ts --> module_src_routeUtils_ts
  module_src_routeUtils_test_ts --> module_src_routeUtils_ts
  module_src_runtime_previewRuntimeConfig_ts --> module_src_runtime_actionSuppression_ts
  module_src_runtime_previewRuntimeConfig_ts --> module_src_runtime_previewRegistry_ts
  module_src_runtime_registry_tsx --> module_src_runtime_appExtensionRegistry_ts
  module_src_runtime_useRuntimeAction_ts --> module_src_runtime_runtimeActions_ts
  module_src_runtimeDiagnosticsModel_test_ts --> module_src_runtimeDiagnosticsModel_ts
  module_src_runtimeLocalization_public_test_ts --> module_src_runtimeLocalization_ts
  module_src_runtimeLocalization_test_ts --> module_src_runtimeLocalization_ts
  module_src_secretResponseGuard_test_ts --> module_src_secretResponseGuard_ts
  module_src_studioAdminRouteModel_test_ts --> module_src_studioAdminRouteModel_ts
  module_src_studioAdminRouteModel_ts --> module_src_index_ts
  module_src_studioSelectionModel_knip_test_ts --> module_src_studioSelectionModel_ts
  module_src_studioSelectionModel_test_ts --> module_src_studioSelectionModel_ts
  module_src_ui_admin_AnkhAdminPage_tsx --> module_src_core_StudioContext_ts
  module_src_ui_admin_AnkhAdminPage_tsx --> module_src_index_ts
  module_src_ui_admin_AnkhAdminPage_tsx --> module_src_studioAdminRouteModel_ts
  module_src_ui_admin_AnkhAdminPage_tsx --> module_src_ui_admin_pages_ApisAdminPage_tsx
  module_src_ui_admin_AnkhAdminPage_tsx --> module_src_ui_admin_pages_AuthAdminPage_tsx
  module_src_ui_admin_AnkhAdminPage_tsx --> module_src_ui_admin_pages_OverviewAdminPage_tsx
  module_src_ui_admin_AnkhAdminPage_tsx --> module_src_ui_admin_pages_PropertiesAdminPage_tsx
  module_src_ui_admin_AnkhAdminPage_tsx --> module_src_ui_admin_pages_SecretsAdminPage_tsx
  module_src_ui_admin_AnkhAdminPage_tsx --> module_src_ui_admin_pages_ThemeAdminPage_tsx
  module_src_ui_admin_AnkhAdminShell_tsx --> module_src_core_StudioContext_ts
  module_src_ui_admin_AnkhAdminShell_tsx --> module_src_index_ts
  module_src_ui_admin_AnkhAdminShell_tsx --> module_src_studioAdminRouteModel_ts
  module_src_ui_admin_AuthAdminSession_tsx --> module_src_ui_admin_pages_adminAuthCredentialFlow_ts
  module_src_ui_admin_AuthAdminSession_tsx --> module_src_ui_admin_pages_adminAuthSessionModel_ts
  module_src_ui_admin_pages_adminAuthCredentialFlow_test_ts --> module_src_authSettings_ts
  module_src_ui_admin_pages_adminAuthCredentialFlow_test_ts --> module_src_ui_admin_pages_adminAuthCredentialFlow_ts
  module_src_ui_admin_pages_adminAuthCredentialFlow_ts --> module_src_authSettings_ts
  module_src_ui_admin_pages_adminAuthHealthFlow_test_ts --> module_src_projectAuthHealth_ts
  module_src_ui_admin_pages_adminAuthHealthFlow_test_ts --> module_src_ui_admin_pages_adminAuthHealthFlow_ts
  module_src_ui_admin_pages_adminAuthHealthFlow_ts --> module_src_projectAuthHealth_ts
  module_src_ui_admin_pages_adminAuthSessionModel_test_ts --> module_src_authSettings_ts
  module_src_ui_admin_pages_adminAuthSessionModel_test_ts --> module_src_ui_admin_pages_adminAuthCredentialFlow_ts
  module_src_ui_admin_pages_adminAuthSessionModel_test_ts --> module_src_ui_admin_pages_adminAuthSessionModel_ts
  module_src_ui_admin_pages_adminAuthSessionModel_ts --> module_src_authSettings_ts
  module_src_ui_admin_pages_adminAuthSessionModel_ts --> module_src_ui_admin_pages_adminAuthCredentialFlow_ts
  module_src_ui_admin_pages_adminDataSourceOperations_ts --> module_src_ui_admin_adminPageUtils_ts
  module_src_ui_admin_pages_adminThemeModel_test_ts --> module_src_ui_admin_pages_adminThemeModel_ts
  module_src_ui_admin_pages_adminThemeModel_ts --> module_src_index_ts
  module_src_ui_admin_pages_ApisAdminPage_test_ts --> module_src_ui_admin_pages_adminDataSourceOperations_ts
  module_src_ui_admin_pages_ApisAdminPage_tsx --> module_src_core_StudioContext_ts
  module_src_ui_admin_pages_ApisAdminPage_tsx --> module_src_index_ts
  module_src_ui_admin_pages_ApisAdminPage_tsx --> module_src_ui_admin_adminPagePrimitives_tsx
  module_src_ui_admin_pages_ApisAdminPage_tsx --> module_src_ui_admin_adminPageUtils_ts
  module_src_ui_admin_pages_ApisAdminPage_tsx --> module_src_ui_admin_pages_adminDataSourceOperations_ts
  module_src_ui_admin_pages_AuthAdminPage_tsx --> module_src_authSettings_ts
  module_src_ui_admin_pages_AuthAdminPage_tsx --> module_src_core_StudioContext_ts
  module_src_ui_admin_pages_AuthAdminPage_tsx --> module_src_index_ts
  module_src_ui_admin_pages_AuthAdminPage_tsx --> module_src_projectAuthApi_ts
  module_src_ui_admin_pages_AuthAdminPage_tsx --> module_src_projectAuthHealth_ts
  module_src_ui_admin_pages_AuthAdminPage_tsx --> module_src_projectSecretApi_ts
  module_src_ui_admin_pages_AuthAdminPage_tsx --> module_src_ui_admin_AuthAdminSession_tsx
  module_src_ui_admin_pages_AuthAdminPage_tsx --> module_src_ui_admin_pages_adminAuthCredentialFlow_ts
  module_src_ui_admin_pages_AuthAdminPage_tsx --> module_src_ui_admin_pages_adminAuthHealthFlow_ts
  module_src_ui_admin_pages_AuthAdminPage_tsx --> module_src_ui_admin_pages_adminAuthSessionModel_ts
  module_src_ui_admin_pages_OverviewAdminPage_tsx --> module_src_core_StudioContext_ts
  module_src_ui_admin_pages_OverviewAdminPage_tsx --> module_src_ui_admin_adminPagePrimitives_tsx
  module_src_ui_admin_pages_PropertiesAdminPage_tsx --> module_src_core_StudioContext_ts
  module_src_ui_admin_pages_PropertiesAdminPage_tsx --> module_src_manifestState_ts
  module_src_ui_admin_pages_PropertiesAdminPage_tsx --> module_src_ui_admin_adminPagePrimitives_tsx
  module_src_ui_admin_pages_PropertiesAdminPage_tsx --> module_src_ui_admin_adminPageUtils_ts
  module_src_ui_admin_pages_SecretsAdminPage_tsx --> module_src_projectSecretApi_ts
  module_src_ui_admin_pages_SecretsAdminPage_tsx --> module_src_projectSecretUsage_ts
  module_src_ui_admin_pages_SecretsAdminPage_tsx --> module_src_ui_admin_AuthAdminSession_tsx
  module_src_ui_admin_pages_SecretsAdminPage_tsx --> module_src_ui_admin_pages_adminAuthSessionModel_ts
  module_src_ui_admin_pages_ThemeAdminPage_test_ts --> module_src_ui_admin_pages_adminThemeHarmony_ts
  module_src_ui_admin_pages_ThemeAdminPage_tsx --> module_src_core_StudioContext_ts
  module_src_ui_admin_pages_ThemeAdminPage_tsx --> module_src_index_ts
  module_src_ui_admin_pages_ThemeAdminPage_tsx --> module_src_ui_admin_adminPagePrimitives_tsx
  module_src_ui_admin_pages_ThemeAdminPage_tsx --> module_src_ui_admin_pages_adminThemeHarmony_ts
  module_src_ui_admin_pages_ThemeAdminPage_tsx --> module_src_ui_admin_pages_adminThemeModel_ts
  module_src_ui_AnkhStudio_ts --> module_src_core_StudioContext_ts
  module_src_ui_useStudioAppBarAugmentation_ts --> module_src_core_StudioContext_ts
  module_src_ui_useStudioAppBarAugmentation_ts --> module_src_studioAdminRouteModel_ts
  module_src_utils_treeUtils_ts --> module_src_index_ts
